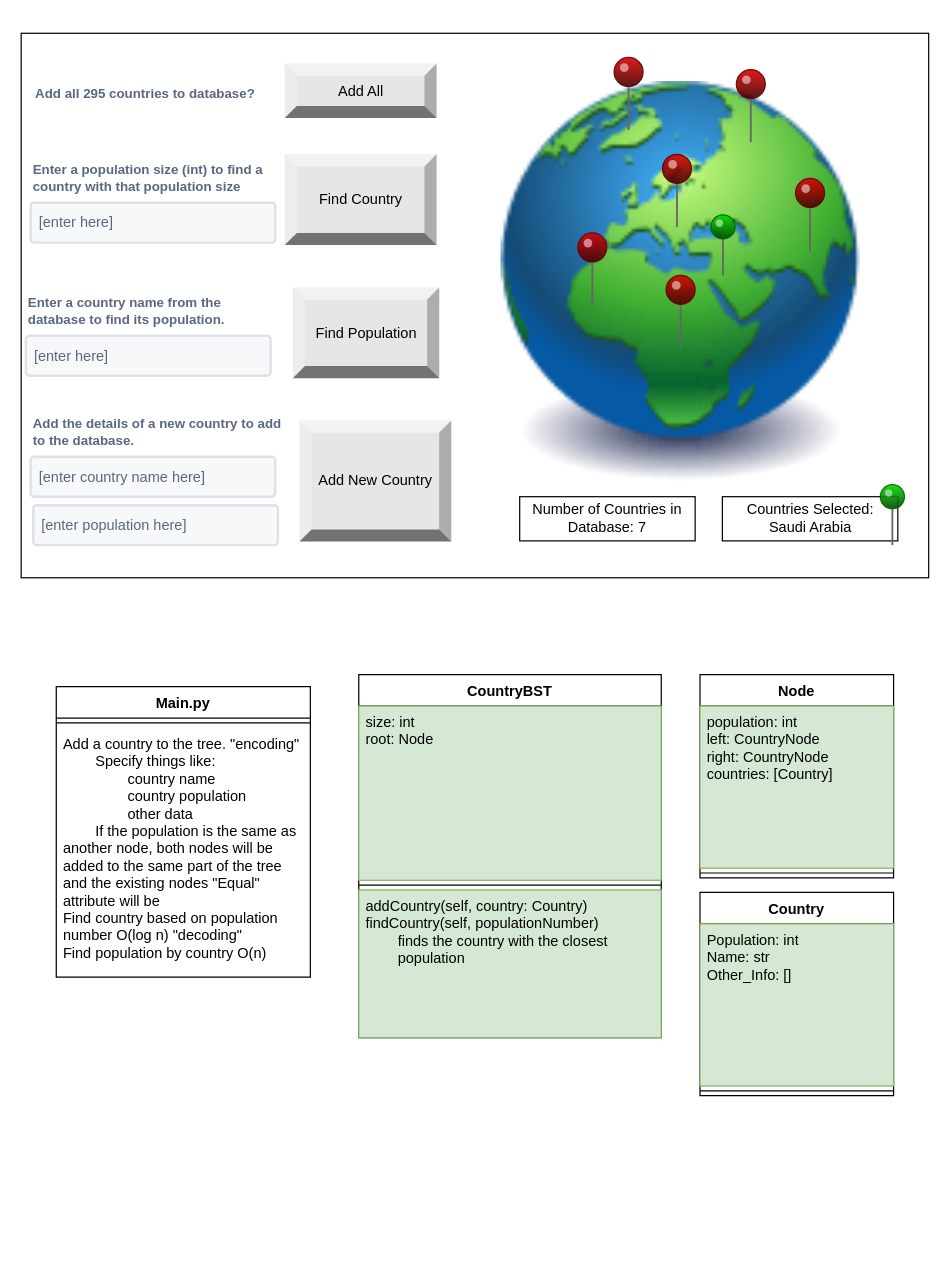
The draw.io diagram page "UML" (1 of 2) of final_project_diagram.drawio in atroy01/MSOE_Final_Project, before the edit. Source tidied: cells renumbered, new cells numbered last; positions are measured from the earlier drawing's top-left corner, leaving out a move shared by most shapes. Both pictures are drawn from the tidied source at 121%, with x=0, y=0 at pixel (21, 33).
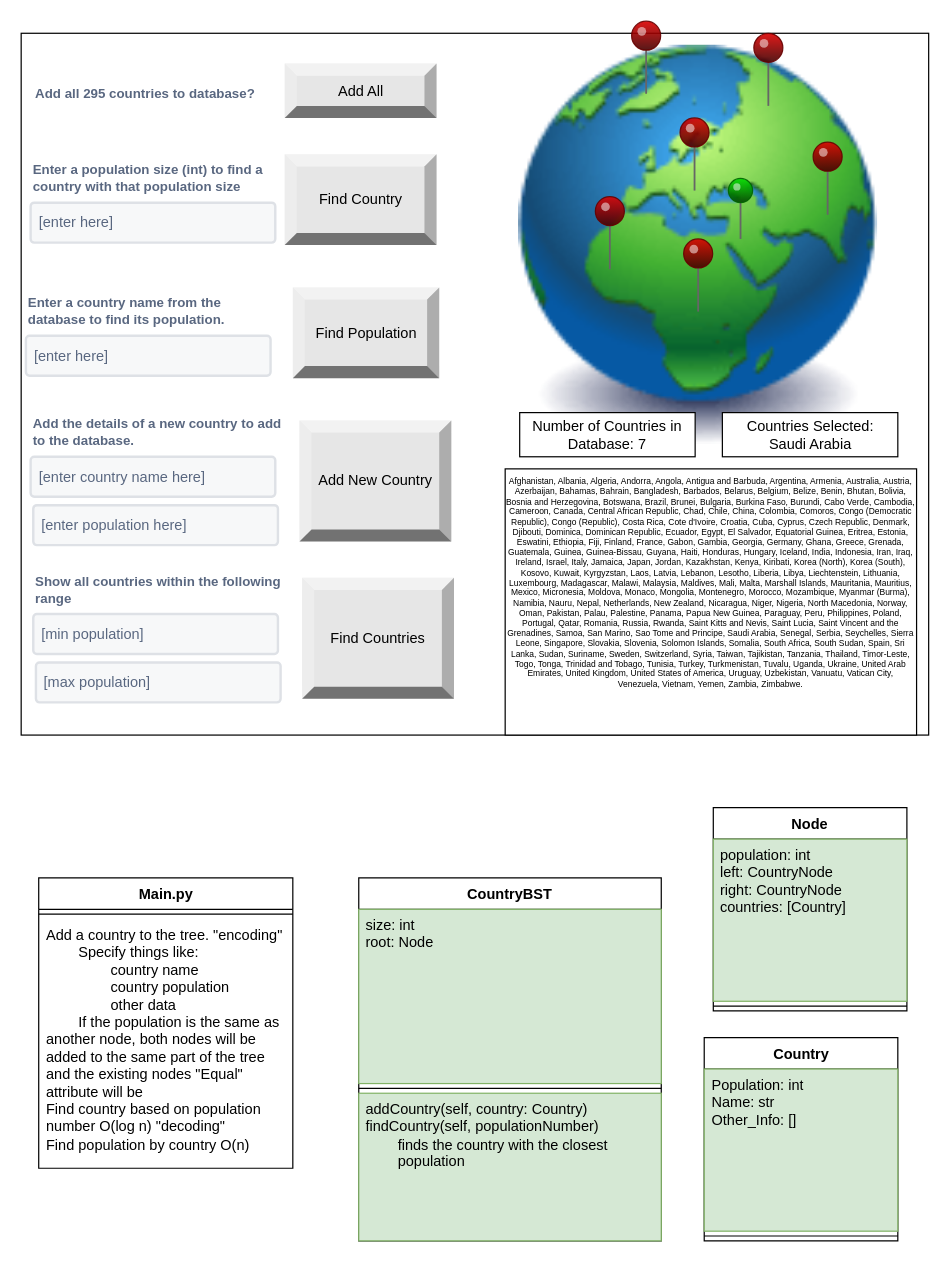
Above is the later version.

Commit message:
updated diagram with text field and option to filter by range

Diff of the diagram source:
```diff
@@
     <mxCell id="2" style="rounded=0;whiteSpace=wrap;html=1;align=left;verticalAlign=top;" parent="1" vertex="1">
-      <mxGeometry width="750" height="450" as="geometry" />
+      <mxGeometry width="750" height="580" as="geometry" />
     </mxCell>
     <mxCell id="3" value="CountryBST" style="swimlane;fontStyle=1;align=center;verticalAlign=top;horizontal=1;startSize=26;whiteSpace=wrap;html=1;" parent="1" vertex="1">
-      <mxGeometry x="279" y="530" width="250" height="300" as="geometry" />
+      <mxGeometry x="279" y="698" width="250" height="300" as="geometry" />
     </mxCell>
@@
     <mxCell id="7" value="Node" style="swimlane;fontStyle=1;align=center;verticalAlign=top;horizontal=1;startSize=26;whiteSpace=wrap;html=1;" parent="1" vertex="1">
-      <mxGeometry x="561" y="530" width="160" height="168" as="geometry" />
+      <mxGeometry x="572" y="640" width="160" height="168" as="geometry" />
     </mxCell>
@@
     <mxCell id="10" value="Main.py" style="swimlane;fontStyle=1;align=center;verticalAlign=top;horizontal=1;startSize=26;whiteSpace=wrap;html=1;" parent="1" vertex="1">
-      <mxGeometry x="29" y="540" width="210" height="240" as="geometry" />
+      <mxGeometry x="14.5" y="698" width="210" height="240" as="geometry" />
     </mxCell>
@@
     <mxCell id="13" value="Country" style="swimlane;fontStyle=1;align=center;verticalAlign=top;horizontal=1;startSize=26;whiteSpace=wrap;html=1;" parent="1" vertex="1">
-      <mxGeometry x="561" y="710" width="160" height="168" as="geometry" />
+      <mxGeometry x="564.5" y="830" width="160" height="168" as="geometry" />
     </mxCell>
@@
     <mxCell id="16" style="image;html=1;image=img/lib/clip_art/general/Earth_globe_128x128.png;" parent="1" vertex="1">
-      <mxGeometry x="380" y="40" width="330" height="330" as="geometry" />
+      <mxGeometry x="394.5" y="10" width="330" height="330" as="geometry" />
     </mxCell>
     <mxCell id="17" style="verticalLabelPosition=top;html=1;shadow=0;dashed=0;verticalAlign=bottom;strokeWidth=1;shape=mxgraph.ios.iPin;fillColor2=#00dd00;fillColor3=#004400;strokeColor=#006600;" parent="1" vertex="1">
-      <mxGeometry x="570" y="150" width="20" height="50" as="geometry" />
+      <mxGeometry x="584.5" y="120" width="20" height="50" as="geometry" />
     </mxCell>
     <mxCell id="18" style="verticalLabelPosition=top;html=1;shadow=0;dashed=0;verticalAlign=bottom;strokeWidth=1;shape=mxgraph.ios.iPin;fillColor2=#dd0000;fillColor3=#440000;strokeColor=#660000;" parent="1" vertex="1">
-      <mxGeometry x="533" y="200" width="24" height="60" as="geometry" />
+      <mxGeometry x="547.5" y="170" width="24" height="60" as="geometry" />
     </mxCell>
     <mxCell id="19" style="verticalLabelPosition=top;html=1;shadow=0;dashed=0;verticalAlign=bottom;strokeWidth=1;shape=mxgraph.ios.iPin;fillColor2=#dd0000;fillColor3=#440000;strokeColor=#660000;" parent="1" vertex="1">
-      <mxGeometry x="640" y="120" width="24" height="60" as="geometry" />
+      <mxGeometry x="654.5" y="90" width="24" height="60" as="geometry" />
     </mxCell>
     <mxCell id="20" style="verticalLabelPosition=top;html=1;shadow=0;dashed=0;verticalAlign=bottom;strokeWidth=1;shape=mxgraph.ios.iPin;fillColor2=#dd0000;fillColor3=#440000;strokeColor=#660000;" parent="1" vertex="1">
-      <mxGeometry x="530" y="100" width="24" height="60" as="geometry" />
+      <mxGeometry x="544.5" y="70" width="24" height="60" as="geometry" />
     </mxCell>
     <mxCell id="21" style="verticalLabelPosition=top;html=1;shadow=0;dashed=0;verticalAlign=bottom;strokeWidth=1;shape=mxgraph.ios.iPin;fillColor2=#dd0000;fillColor3=#440000;strokeColor=#660000;" parent="1" vertex="1">
-      <mxGeometry x="490" y="20" width="24" height="60" as="geometry" />
+      <mxGeometry x="504.5" y="-10" width="24" height="60" as="geometry" />
     </mxCell>
     <mxCell id="22" style="verticalLabelPosition=top;html=1;shadow=0;dashed=0;verticalAlign=bottom;strokeWidth=1;shape=mxgraph.ios.iPin;fillColor2=#dd0000;fillColor3=#440000;strokeColor=#660000;" parent="1" vertex="1">
-      <mxGeometry x="460" y="165" width="24" height="60" as="geometry" />
+      <mxGeometry x="474.5" y="135" width="24" height="60" as="geometry" />
     </mxCell>
     <mxCell id="23" style="verticalLabelPosition=top;html=1;shadow=0;dashed=0;verticalAlign=bottom;strokeWidth=1;shape=mxgraph.ios.iPin;fillColor2=#dd0000;fillColor3=#440000;strokeColor=#660000;" parent="1" vertex="1">
-      <mxGeometry x="591" y="30" width="24" height="60" as="geometry" />
+      <mxGeometry x="605.5" width="24" height="60" as="geometry" />
     </mxCell>
@@
     <mxCell id="36" value="Number of Countries in Database: 7" style="rounded=0;whiteSpace=wrap;html=1;" parent="1" vertex="1">
-      <mxGeometry x="412" y="383" width="145" height="36.5" as="geometry" />
+      <mxGeometry x="412" y="313.5" width="145" height="36.5" as="geometry" />
     </mxCell>
     <mxCell id="37" value="Countries Selected:&lt;br&gt;Saudi Arabia" style="rounded=0;whiteSpace=wrap;html=1;" parent="1" vertex="1">
-      <mxGeometry x="579.5" y="383" width="145" height="36.5" as="geometry" />
+      <mxGeometry x="579.5" y="313.5" width="145" height="36.5" as="geometry" />
     </mxCell>
@@
+    <mxCell id="39" value="Find Countries" style="labelPosition=center;verticalLabelPosition=middle;align=center;html=1;shape=mxgraph.basic.shaded_button;dx=10;fillColor=#E6E6E6;strokeColor=none;whiteSpace=wrap;" parent="1" vertex="1">
+      <mxGeometry x="232.2" y="450" width="125.5" height="100" as="geometry" />
+    </mxCell>
+    <mxCell id="40" value="Show all countries within the following range" style="fillColor=none;strokeColor=none;html=1;fontSize=11;fontStyle=0;align=left;fontColor=#596780;fontStyle=1;fontSize=11;whiteSpace=wrap;" parent="1" vertex="1">
+      <mxGeometry x="10" y="440" width="210" height="40" as="geometry" />
+    </mxCell>
+    <mxCell id="41" value="[min population]" style="rounded=1;arcSize=9;fillColor=#F7F8F9;align=left;spacingLeft=5;strokeColor=#DEE1E6;html=1;strokeWidth=2;fontColor=#596780;fontSize=12;" parent="1" vertex="1">
+      <mxGeometry x="10" y="480" width="202.2" height="33" as="geometry" />
+    </mxCell>
+    <mxCell id="42" value="[max population]" style="rounded=1;arcSize=9;fillColor=#F7F8F9;align=left;spacingLeft=5;strokeColor=#DEE1E6;html=1;strokeWidth=2;fontColor=#596780;fontSize=12;" parent="1" vertex="1">
+      <mxGeometry x="12.2" y="520" width="202.2" height="33" as="geometry" />
+    </mxCell>
+    <mxCell id="43" value="Afghanistan, Albania, Algeria, Andorra, Angola, Antigua and Barbuda, Argentina, Armenia, Australia, Austria, Azerbaijan, Bahamas, Bahrain, Bangladesh, Barbados, Belarus, Belgium, Belize, Benin, Bhutan, Bolivia, Bosnia and Herzegovina, Botswana, Brazil, Brunei, Bulgaria, Burkina Faso, Burundi, Cabo Verde, Cambodia, Cameroon, Canada, Central African Republic, Chad, Chile, China, Colombia, Comoros, Congo (Democratic Republic), Congo (Republic), Costa Rica, Cote d'Ivoire, Croatia, Cuba, Cyprus, Czech Republic, Denmark, Djibouti, Dominica, Dominican Republic, Ecuador, Egypt, El Salvador, Equatorial Guinea, Eritrea, Estonia, Eswatini, Ethiopia, Fiji, Finland, France, Gabon, Gambia, Georgia, Germany, Ghana, Greece, Grenada, Guatemala, Guinea, Guinea-Bissau, Guyana, Haiti, Honduras, Hungary, Iceland, India, Indonesia, Iran, Iraq, Ireland, Israel, Italy, Jamaica, Japan, Jordan, Kazakhstan, Kenya, Kiribati, Korea (North), Korea (South), Kosovo, Kuwait, Kyrgyzstan, Laos, Latvia, Lebanon, Lesotho, Liberia, Libya, Liechtenstein, Lithuania, Luxembourg, Madagascar, Malawi, Malaysia, Maldives, Mali, Malta, Marshall Islands, Mauritania, Mauritius, Mexico, Micronesia, Moldova, Monaco, Mongolia, Montenegro, Morocco, Mozambique, Myanmar (Burma), Namibia, Nauru, Nepal, Netherlands, New Zealand, Nicaragua, Niger, Nigeria, North Macedonia, Norway, Oman, Pakistan, Palau, Palestine, Panama, Papua New Guinea, Paraguay, Peru, Philippines, Poland, Portugal, Qatar, Romania, Russia, Rwanda, Saint Kitts and Nevis, Saint Lucia, Saint Vincent and the Grenadines, Samoa, San Marino, Sao Tome and Principe, Saudi Arabia, Senegal, Serbia, Seychelles, Sierra Leone, Singapore, Slovakia, Slovenia, Solomon Islands, Somalia, South Africa, South Sudan, Spain, Sri Lanka, Sudan, Suriname, Sweden, Switzerland, Syria, Taiwan, Tajikistan, Tanzania, Thailand, Timor-Leste, Togo, Tonga, Trinidad and Tobago, Tunisia, Turkey, Turkmenistan, Tuvalu, Uganda, Ukraine, United Arab Emirates, United Kingdom, United States of America, Uruguay, Uzbekistan, Vanuatu, Vatican City, Venezuela, Vietnam, Yemen, Zambia, Zimbabwe." style="rounded=0;whiteSpace=wrap;html=1;fontSize=7;verticalAlign=top;" parent="1" vertex="1">
+      <mxGeometry x="400" y="360" width="340" height="220" as="geometry" />
+    </mxCell>
```
